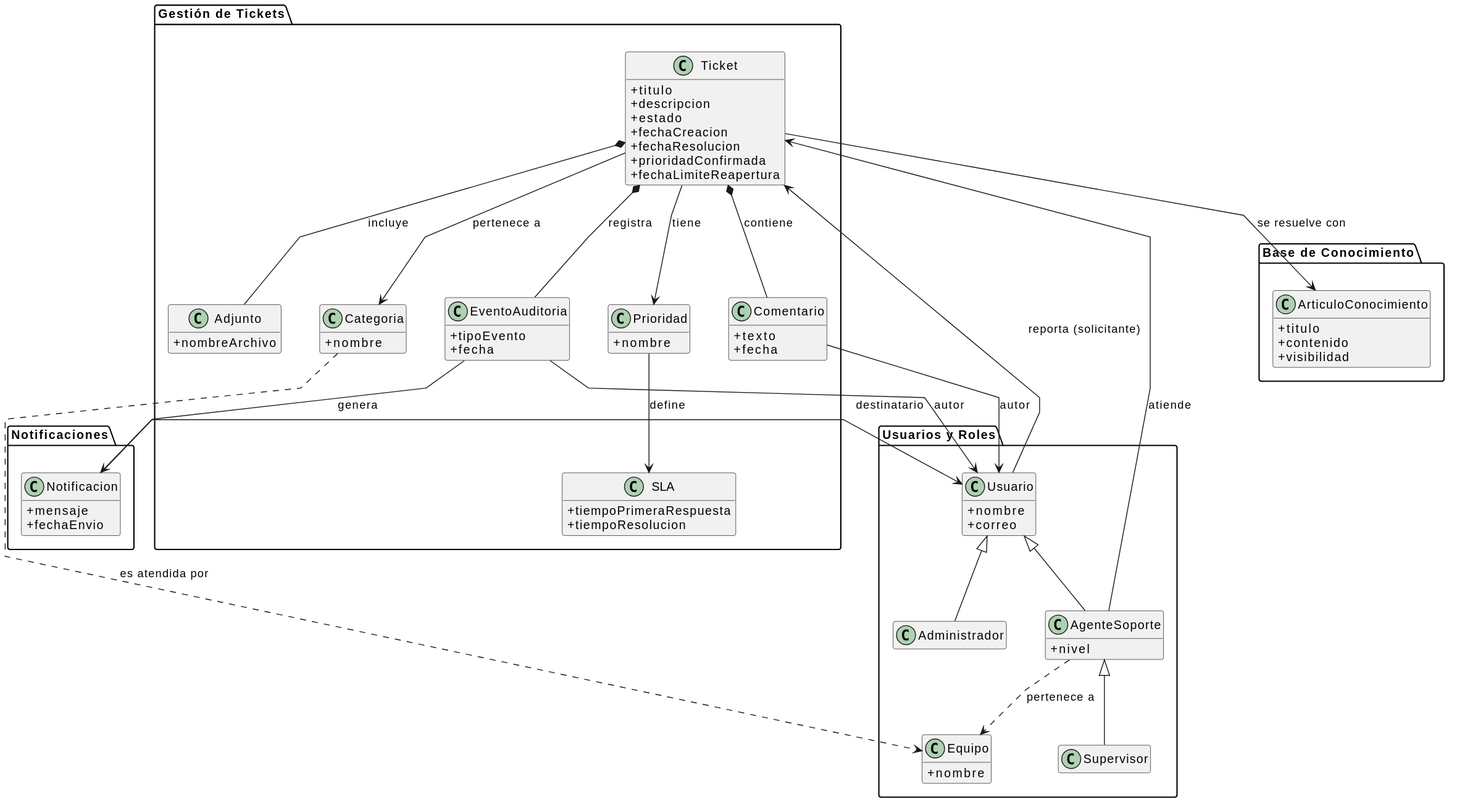
This is puml/01-fase-inicio/modelo-dominio/diagrama-clases.svg from Dievex/01-HelpDesk, a PlantUML export, as it was before one commit.
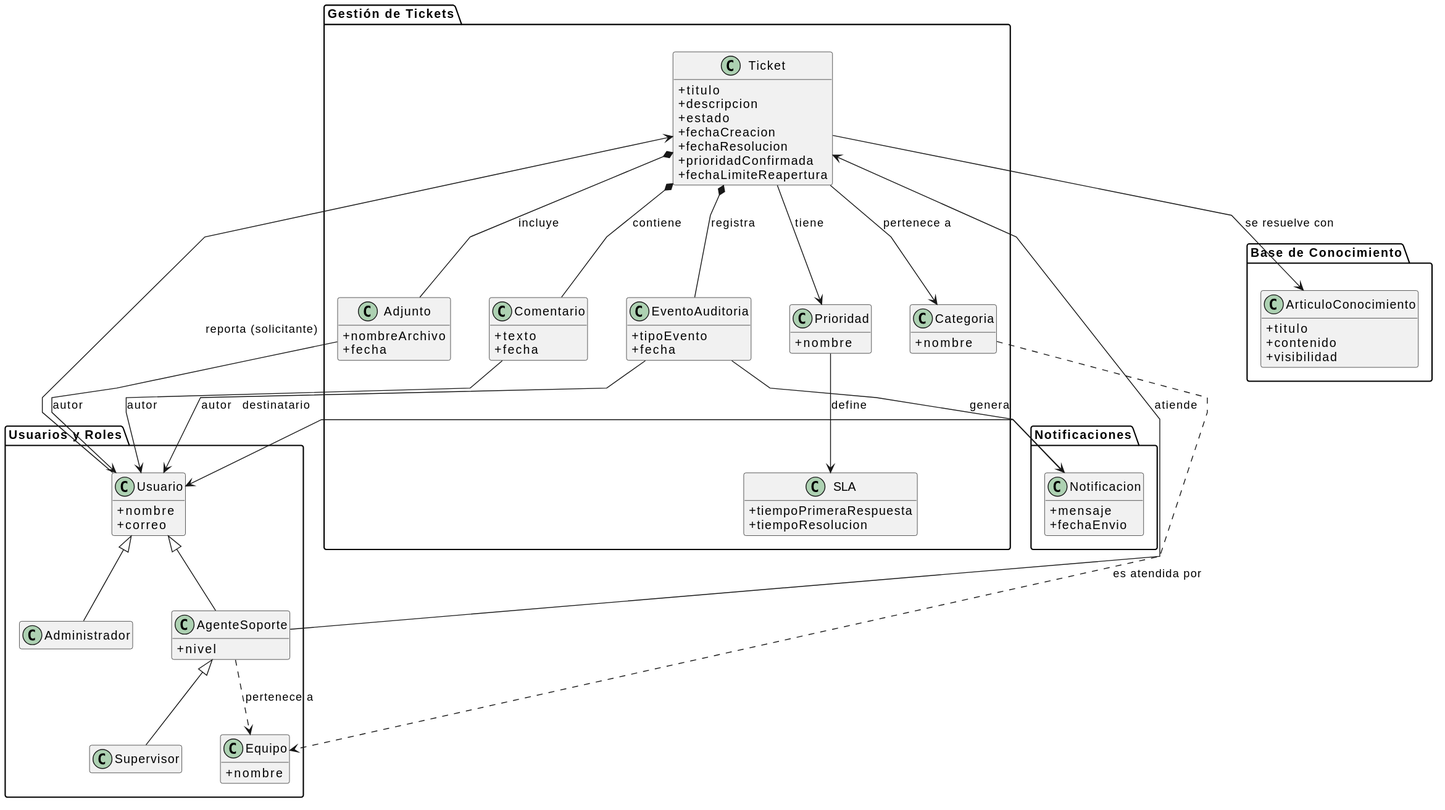
After the commit.

Diff of the diagram source:
```diff
@@ -47,6 +47,7 @@
   }
   class Adjunto {
     +nombreArchivo
+    +fecha
   }
   class EventoAuditoria {
     +tipoEvento
@@ -88,6 +89,7 @@
 
 Notificacion  -->  Usuario : destinatario
 Comentario  -->  Usuario : autor
+Adjunto  -->  Usuario : autor
 EventoAuditoria  -->  Usuario : autor
 EventoAuditoria  -->  Notificacion : genera
 @enduml
```
